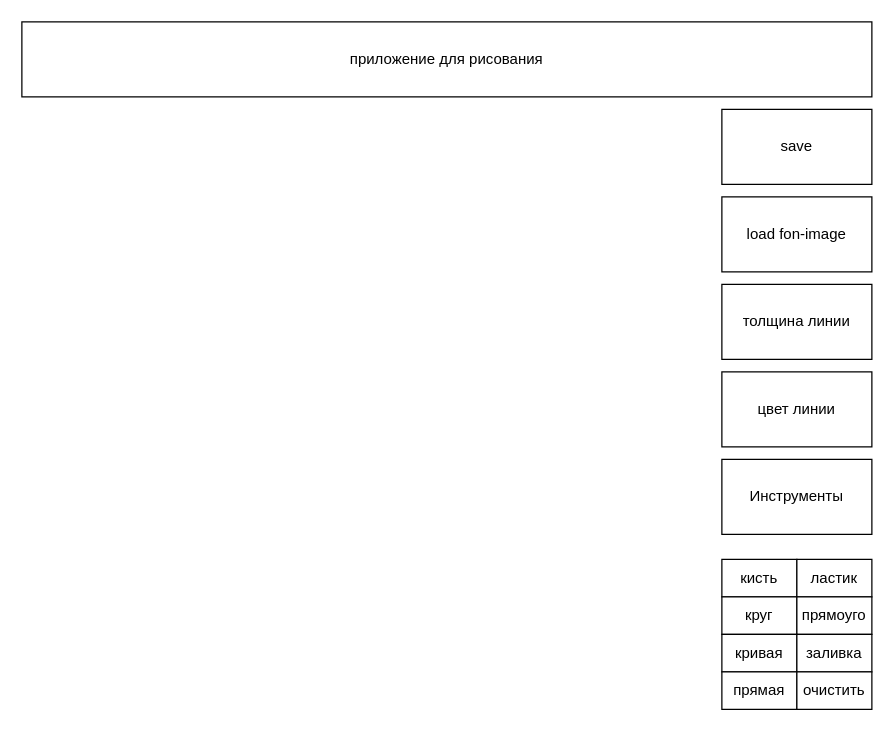
This is page "Page-2" (2 of 2) of Untitled Diagram.drawio from AndreyUytov/drawing-app, a draw.io file, before an edit. Source tidied: cells renumbered, new cells numbered last; positions are measured from the earlier drawing's top-left corner, leaving out a move shared by most shapes. Both pictures are drawn from the tidied source at 125%, with x=0, y=0 at pixel (21, 21).
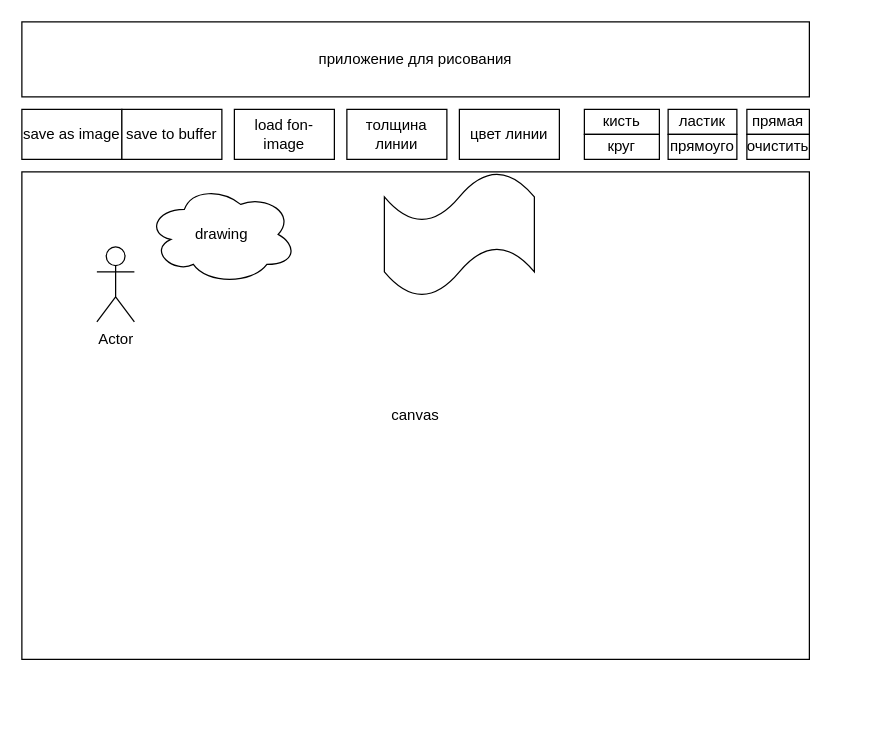
The same diagram, later.

What changed in the source:
```diff
@@
 <mxGraphModel>
   <root>
     <mxCell id="0" />
     <mxCell id="1" parent="0" />
-    <mxCell id="2" value="save" style="rounded=0;whiteSpace=wrap;html=1;comic=0;" parent="1" vertex="1">
-      <mxGeometry x="560" y="70" width="120" height="60" as="geometry" />
+    <mxCell id="2" value="save as image" style="rounded=0;whiteSpace=wrap;html=1;comic=0;" parent="1" vertex="1">
+      <mxGeometry y="70" width="80" height="40" as="geometry" />
     </mxCell>
     <mxCell id="3" value="load fon-image" style="rounded=0;whiteSpace=wrap;html=1;comic=0;" parent="1" vertex="1">
-      <mxGeometry x="560" y="140" width="120" height="60" as="geometry" />
+      <mxGeometry x="170" y="70" width="80" height="40" as="geometry" />
     </mxCell>
     <mxCell id="4" value="толщина линии" style="rounded=0;whiteSpace=wrap;html=1;comic=0;" parent="1" vertex="1">
-      <mxGeometry x="560" y="210" width="120" height="60" as="geometry" />
+      <mxGeometry x="260" y="70" width="80" height="40" as="geometry" />
     </mxCell>
     <mxCell id="5" value="цвет линии" style="rounded=0;whiteSpace=wrap;html=1;comic=0;" parent="1" vertex="1">
-      <mxGeometry x="560" y="280" width="120" height="60" as="geometry" />
+      <mxGeometry x="350" y="70" width="80" height="40" as="geometry" />
     </mxCell>
-    <mxCell id="6" value="Инструменты" style="rounded=0;whiteSpace=wrap;html=1;comic=0;" parent="1" vertex="1">
-      <mxGeometry x="560" y="350" width="120" height="60" as="geometry" />
-    </mxCell>
     <mxCell id="7" value="кисть" style="rounded=0;whiteSpace=wrap;html=1;comic=0;" parent="1" vertex="1">
-      <mxGeometry x="560" y="430" width="60" height="30" as="geometry" />
+      <mxGeometry x="450" y="70" width="60" height="20" as="geometry" />
     </mxCell>
     <mxCell id="8" value="ластик" style="rounded=0;whiteSpace=wrap;html=1;comic=0;" parent="1" vertex="1">
-      <mxGeometry x="620" y="430" width="60" height="30" as="geometry" />
+      <mxGeometry x="517" y="70" width="55" height="20" as="geometry" />
     </mxCell>
     <mxCell id="9" value="круг" style="rounded=0;whiteSpace=wrap;html=1;comic=0;" parent="1" vertex="1">
-      <mxGeometry x="560" y="460" width="60" height="30" as="geometry" />
+      <mxGeometry x="450" y="90" width="60" height="20" as="geometry" />
     </mxCell>
     <mxCell id="10" value="прямоуго" style="rounded=0;whiteSpace=wrap;html=1;comic=0;" parent="1" vertex="1">
-      <mxGeometry x="620" y="460" width="60" height="30" as="geometry" />
+      <mxGeometry x="517" y="90" width="55" height="20" as="geometry" />
     </mxCell>
-    <mxCell id="11" value="кривая" style="rounded=0;whiteSpace=wrap;html=1;comic=0;" parent="1" vertex="1">
-      <mxGeometry x="560" y="490" width="60" height="30" as="geometry" />
-    </mxCell>
-    <mxCell id="12" value="заливка" style="rounded=0;whiteSpace=wrap;html=1;comic=0;" parent="1" vertex="1">
-      <mxGeometry x="620" y="490" width="60" height="30" as="geometry" />
-    </mxCell>
     <mxCell id="13" value="приложение для рисования" style="rounded=0;whiteSpace=wrap;html=1;comic=0;" parent="1" vertex="1">
-      <mxGeometry width="680" height="60" as="geometry" />
+      <mxGeometry width="630" height="60" as="geometry" />
     </mxCell>
     <mxCell id="14" value="прямая" style="rounded=0;whiteSpace=wrap;html=1;comic=0;" parent="1" vertex="1">
-      <mxGeometry x="560" y="520" width="60" height="30" as="geometry" />
+      <mxGeometry x="580" y="70" width="50" height="20" as="geometry" />
     </mxCell>
     <mxCell id="15" value="очистить" style="rounded=0;whiteSpace=wrap;html=1;comic=0;" parent="1" vertex="1">
-      <mxGeometry x="620" y="520" width="60" height="30" as="geometry" />
+      <mxGeometry x="580" y="90" width="50" height="20" as="geometry" />
     </mxCell>
+    <mxCell id="16" value="save to buffer" style="rounded=0;whiteSpace=wrap;html=1;comic=0;" parent="1" vertex="1">
+      <mxGeometry x="80" y="70" width="80" height="40" as="geometry" />
+    </mxCell>
+    <mxCell id="17" value="canvas" style="rounded=0;whiteSpace=wrap;html=1;" parent="1" vertex="1">
+      <mxGeometry y="120" width="630" height="390" as="geometry" />
+    </mxCell>
+    <mxCell id="18" value="Actor" style="shape=umlActor;verticalLabelPosition=bottom;verticalAlign=top;html=1;" parent="1" vertex="1">
+      <mxGeometry x="60" y="180" width="30" height="60" as="geometry" />
+    </mxCell>
+    <mxCell id="19" value="drawing" style="ellipse;shape=cloud;whiteSpace=wrap;html=1;" parent="1" vertex="1">
+      <mxGeometry x="100" y="130" width="120" height="80" as="geometry" />
+    </mxCell>
+    <mxCell id="20" style="shape=tape;whiteSpace=wrap;html=1;" parent="1" vertex="1">
+      <mxGeometry x="290" y="120" width="120" height="100" as="geometry" />
+    </mxCell>
   </root>
 </mxGraphModel>
```
